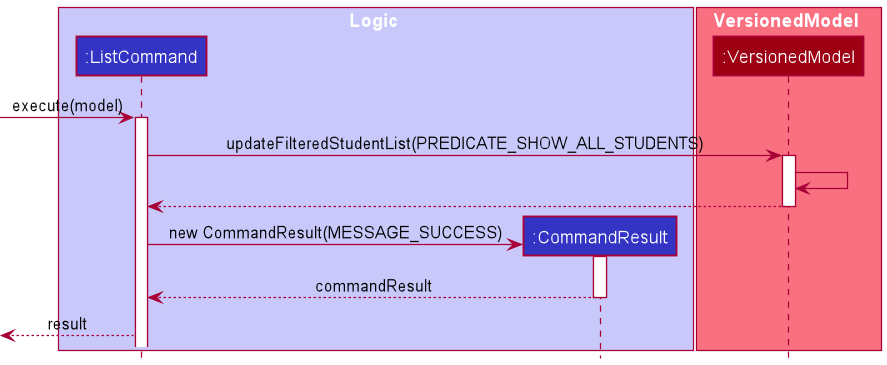
Above: docs/images/dg/logic/commands/listcommand/ListCommandSequenceDiagram.png in nus-cs2103-AY2122S1/tp (PlantUML), before the change. Its source is kept beside it as docs/diagrams/logic/commands/listcommand/ListCommandSequenceDiagram.puml. Source of this version:
```plantuml
@startuml
!include ../../../style.puml

box Logic LOGIC_COLOR_T1
participant ":ListCommand" as listCommand LOGIC_COLOR
participant ":CommandResult" as commandResult LOGIC_COLOR
end box

box VersionedModel MODEL_COLOR_T1
participant ":VersionedModel" as versionedModel MODEL_COLOR
end box

[-> listCommand: execute(model)
activate listCommand

listCommand -> versionedModel: updateFilteredStudentList(PREDICATE_SHOW_ALL_STUDENTS)
activate versionedModel
versionedModel -> versionedModel
versionedModel --> listCommand
deactivate versionedModel

create commandResult
listCommand -> commandResult: new CommandResult(MESSAGE_SUCCESS)
activate commandResult
commandResult --> listCommand: commandResult
deactivate commandResult
<-- listCommand: result
@enduml
```
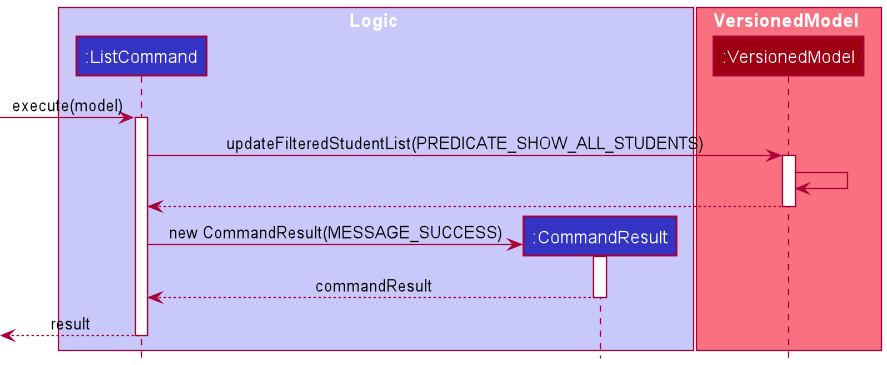
After the change.

The edit, as a diff of the source:
```diff
@@ -25,4 +25,5 @@
 commandResult --> listCommand: commandResult
 deactivate commandResult
 <-- listCommand: result
+deactivate listCommand
 @enduml
```
